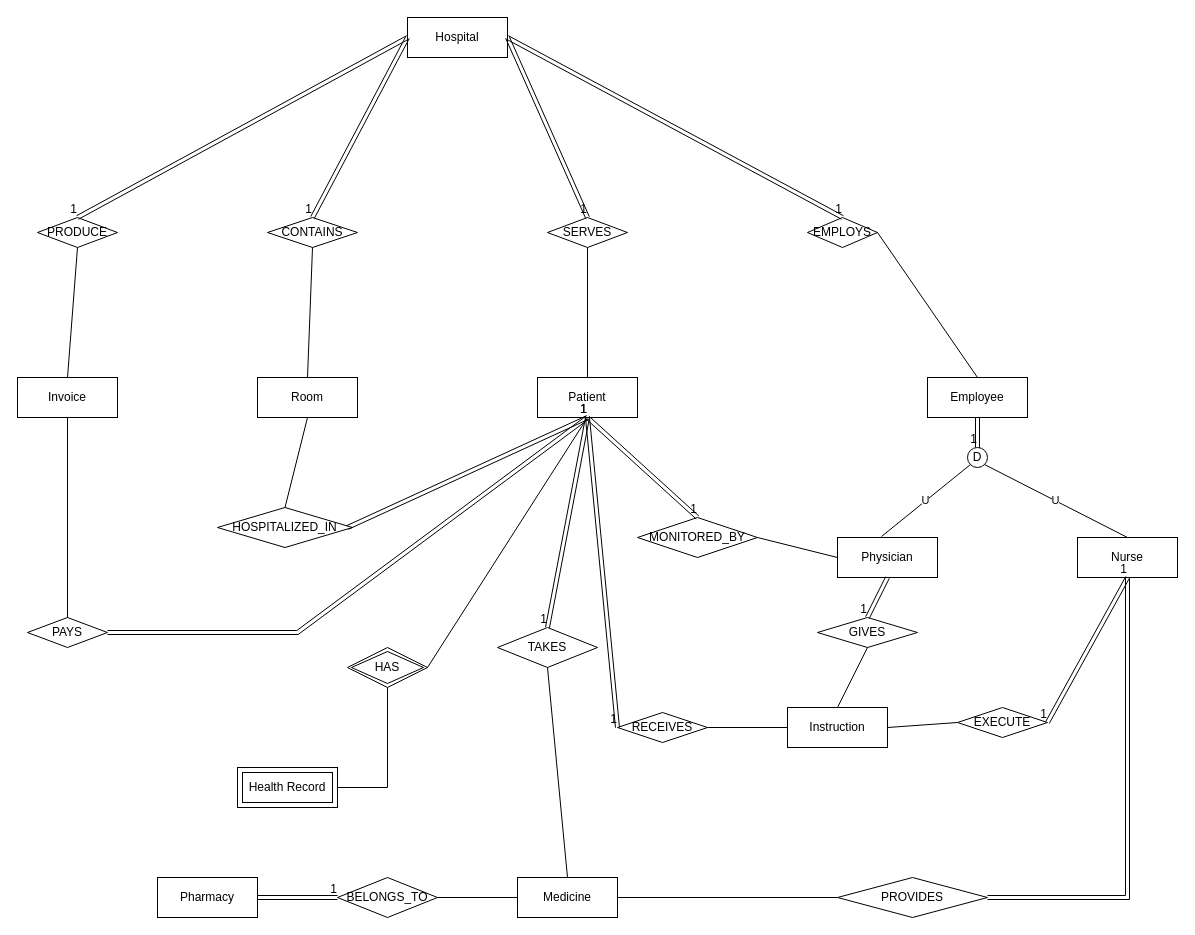
Above: Project Diagram.drawio in saiaungkyawmaw/ER-diagram_DatabaseClass (draw.io), before the change. Source tidied: cells renumbered, new cells numbered last; positions are measured from the earlier drawing's top-left corner, leaving out a move shared by most shapes. Both pictures are drawn from the tidied source at 100%, with x=0, y=0 at pixel (17, 17).
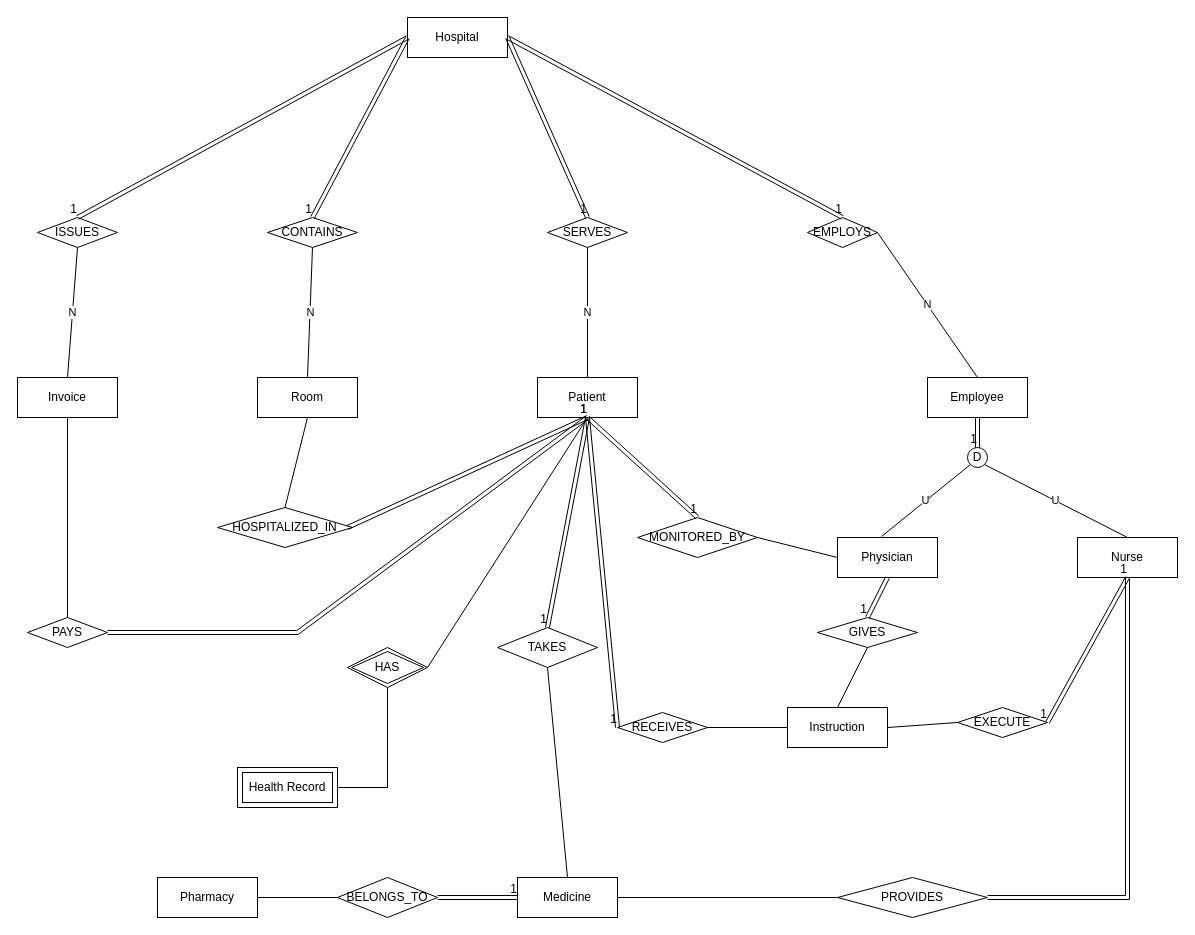
Above is the later version.

The change refers to these unchanged cells:
```xml
<mxCell id="3" value="Room" style="whiteSpace=wrap;html=1;align=center;" parent="1" vertex="1">
  <mxGeometry x="240" y="360" width="100" height="40" as="geometry" />
</mxCell>
<mxCell id="4" value="Patient" style="whiteSpace=wrap;html=1;align=center;" parent="1" vertex="1">
  <mxGeometry x="520" y="360" width="100" height="40" as="geometry" />
</mxCell>
<mxCell id="5" value="Employee" style="whiteSpace=wrap;html=1;align=center;" parent="1" vertex="1">
  <mxGeometry x="910" y="360" width="100" height="40" as="geometry" />
</mxCell>
<mxCell id="6" value="Invoice" style="whiteSpace=wrap;html=1;align=center;" parent="1" vertex="1">
  <mxGeometry y="360" width="100" height="40" as="geometry" />
</mxCell>
<mxCell id="8" value="CONTAINS" style="shape=rhombus;perimeter=rhombusPerimeter;whiteSpace=wrap;html=1;align=center;" parent="1" vertex="1">
  <mxGeometry x="250" y="200" width="90" height="30" as="geometry" />
</mxCell>
<mxCell id="9" value="EMPLOYS" style="shape=rhombus;perimeter=rhombusPerimeter;whiteSpace=wrap;html=1;align=center;" parent="1" vertex="1">
  <mxGeometry x="790" y="200" width="70" height="30" as="geometry" />
</mxCell>
<mxCell id="10" value="SERVES" style="shape=rhombus;perimeter=rhombusPerimeter;whiteSpace=wrap;html=1;align=center;" parent="1" vertex="1">
  <mxGeometry x="530" y="200" width="80" height="30" as="geometry" />
</mxCell>
<mxCell id="62" value="Medicine" style="whiteSpace=wrap;html=1;align=center;" parent="1" vertex="1">
  <mxGeometry x="500" y="860" width="100" height="40" as="geometry" />
</mxCell>
<mxCell id="68" value="Pharmacy" style="whiteSpace=wrap;html=1;align=center;" parent="1" vertex="1">
  <mxGeometry x="140" y="860" width="100" height="40" as="geometry" />
</mxCell>
<mxCell id="69" value="BELONGS_TO" style="shape=rhombus;perimeter=rhombusPerimeter;whiteSpace=wrap;html=1;align=center;" parent="1" vertex="1">
  <mxGeometry x="320" y="860" width="100" height="40" as="geometry" />
</mxCell>
```

Diff of the diagram source:
```diff
@@
-    <mxCell id="7" value="PRODUCE" style="shape=rhombus;perimeter=rhombusPerimeter;whiteSpace=wrap;html=1;align=center;" parent="1" vertex="1">
+    <mxCell id="7" value="ISSUES" style="shape=rhombus;perimeter=rhombusPerimeter;whiteSpace=wrap;html=1;align=center;" parent="1" vertex="1">
       <mxGeometry x="20" y="200" width="80" height="30" as="geometry" />
     </mxCell>
@@
-    <mxCell id="32" style="endArrow=none;html=1;rounded=0;exitX=1;exitY=0.5;exitDx=0;exitDy=0;entryX=0.5;entryY=0;entryDx=0;entryDy=0;" parent="1" edge="1" source="9" target="5">
+    <mxCell id="32" value="N" style="endArrow=none;html=1;rounded=0;exitX=1;exitY=0.5;exitDx=0;exitDy=0;entryX=0.5;entryY=0;entryDx=0;entryDy=0;" parent="1" edge="1" source="9" target="5">
       <mxGeometry relative="1" as="geometry" />
     </mxCell>
@@
-    <mxCell id="37" style="endArrow=none;html=1;rounded=0;exitX=0.5;exitY=1;exitDx=0;exitDy=0;entryX=0.5;entryY=0;entryDx=0;entryDy=0;" parent="1" edge="1" source="7" target="6">
+    <mxCell id="37" value="N" style="endArrow=none;html=1;rounded=0;exitX=0.5;exitY=1;exitDx=0;exitDy=0;entryX=0.5;entryY=0;entryDx=0;entryDy=0;" parent="1" edge="1" source="7" target="6">
       <mxGeometry relative="1" as="geometry" />
     </mxCell>
-    <mxCell id="38" style="endArrow=none;html=1;rounded=0;exitX=0.5;exitY=1;exitDx=0;exitDy=0;entryX=0.5;entryY=0;entryDx=0;entryDy=0;" parent="1" edge="1" source="8" target="3">
+    <mxCell id="38" value="N" style="endArrow=none;html=1;rounded=0;exitX=0.5;exitY=1;exitDx=0;exitDy=0;entryX=0.5;entryY=0;entryDx=0;entryDy=0;" parent="1" edge="1" source="8" target="3">
       <mxGeometry relative="1" as="geometry" />
     </mxCell>
-    <mxCell id="39" style="endArrow=none;html=1;rounded=0;exitX=0.5;exitY=1;exitDx=0;exitDy=0;entryX=0.5;entryY=0;entryDx=0;entryDy=0;" parent="1" edge="1" source="10" target="4">
+    <mxCell id="39" value="N" style="endArrow=none;html=1;rounded=0;exitX=0.5;exitY=1;exitDx=0;exitDy=0;entryX=0.5;entryY=0;entryDx=0;entryDy=0;" parent="1" edge="1" source="10" target="4">
       <mxGeometry relative="1" as="geometry" />
     </mxCell>
@@
+    <mxCell id="72" style="shape=link;html=1;rounded=0;entryX=0;entryY=0.5;entryDx=0;entryDy=0;exitX=1;exitY=0.5;exitDx=0;exitDy=0;" parent="1" edge="1" source="69" target="62">
+      <mxGeometry relative="1" as="geometry" />
+    </mxCell>
+    <mxCell id="71" value="1" style="html=1;align=right;verticalAlign=bottom;" parent="72" vertex="1">
+      <mxGeometry x="1" relative="1" as="geometry" />
+    </mxCell>
-    <mxCell id="70" style="shape=link;html=1;rounded=0;exitX=1;exitY=0.5;exitDx=0;exitDy=0;entryX=0;entryY=0.5;entryDx=0;entryDy=0;" parent="1" edge="1" source="68" target="69">
+    <mxCell id="70" style="endArrow=none;html=1;rounded=0;exitX=1;exitY=0.5;exitDx=0;exitDy=0;entryX=0;entryY=0.5;entryDx=0;entryDy=0;" parent="1" edge="1" source="68" target="69">
       <mxGeometry relative="1" as="geometry" />
     </mxCell>
-    <mxCell id="71" value="1" style="html=1;align=right;verticalAlign=bottom;" parent="70" vertex="1">
-      <mxGeometry x="1" relative="1" as="geometry" />
-    </mxCell>
-    <mxCell id="72" style="endArrow=none;html=1;rounded=0;exitX=1;exitY=0.5;exitDx=0;exitDy=0;entryX=0;entryY=0.5;entryDx=0;entryDy=0;" parent="1" edge="1" source="69" target="62">
-      <mxGeometry relative="1" as="geometry" />
-    </mxCell>
```
